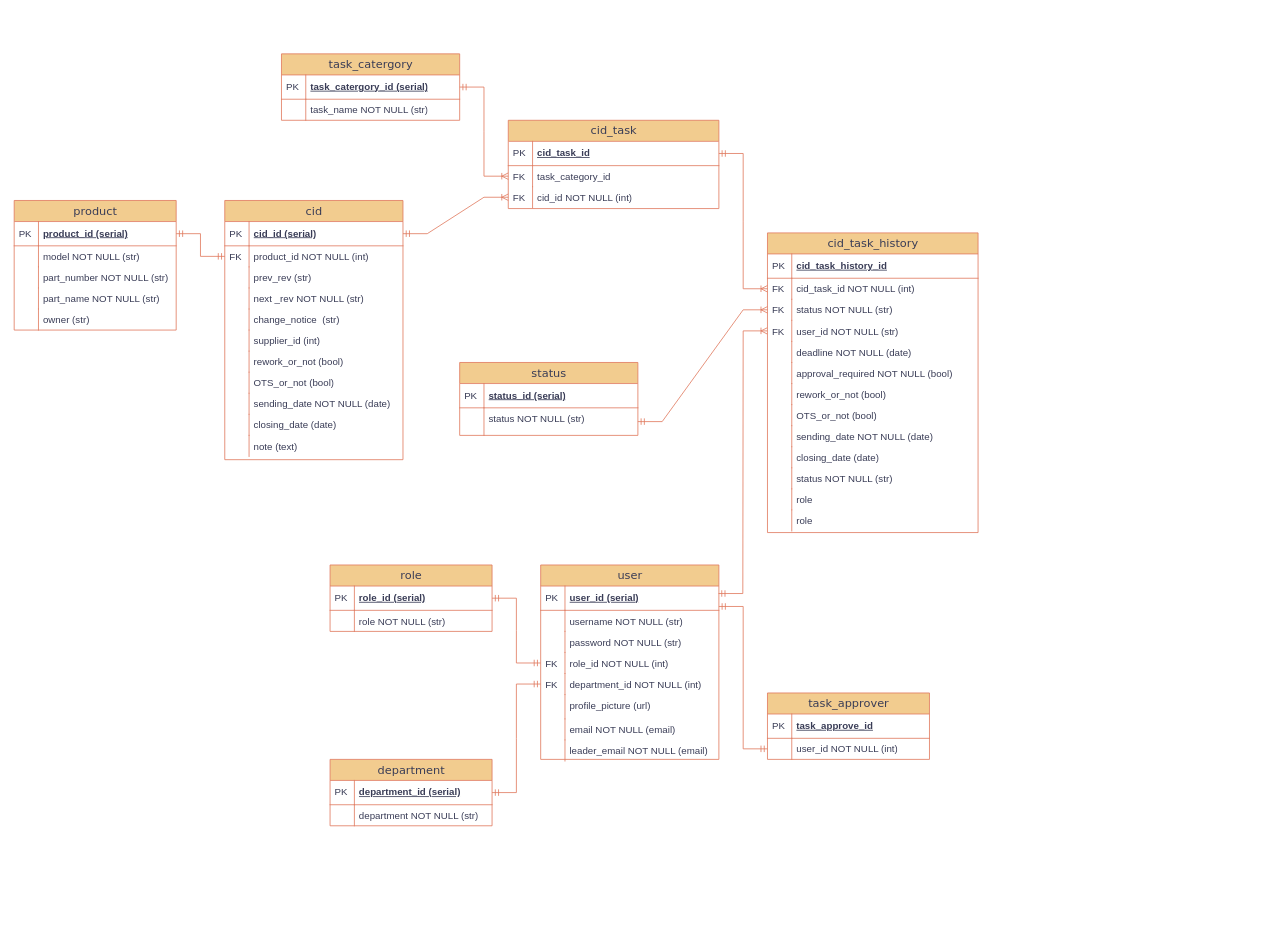
HieuBuiCong/ResumeHieuBC keeps this draw.io diagram as Untitled Diagram.drawio. Above is the earlier version. Source tidied: cells renumbered, new cells numbered last; positions are measured from the earlier drawing's top-left corner, leaving out a move shared by most shapes. Both pictures are drawn from the tidied source at 81%, with x=0, y=0 at pixel (14, 53).
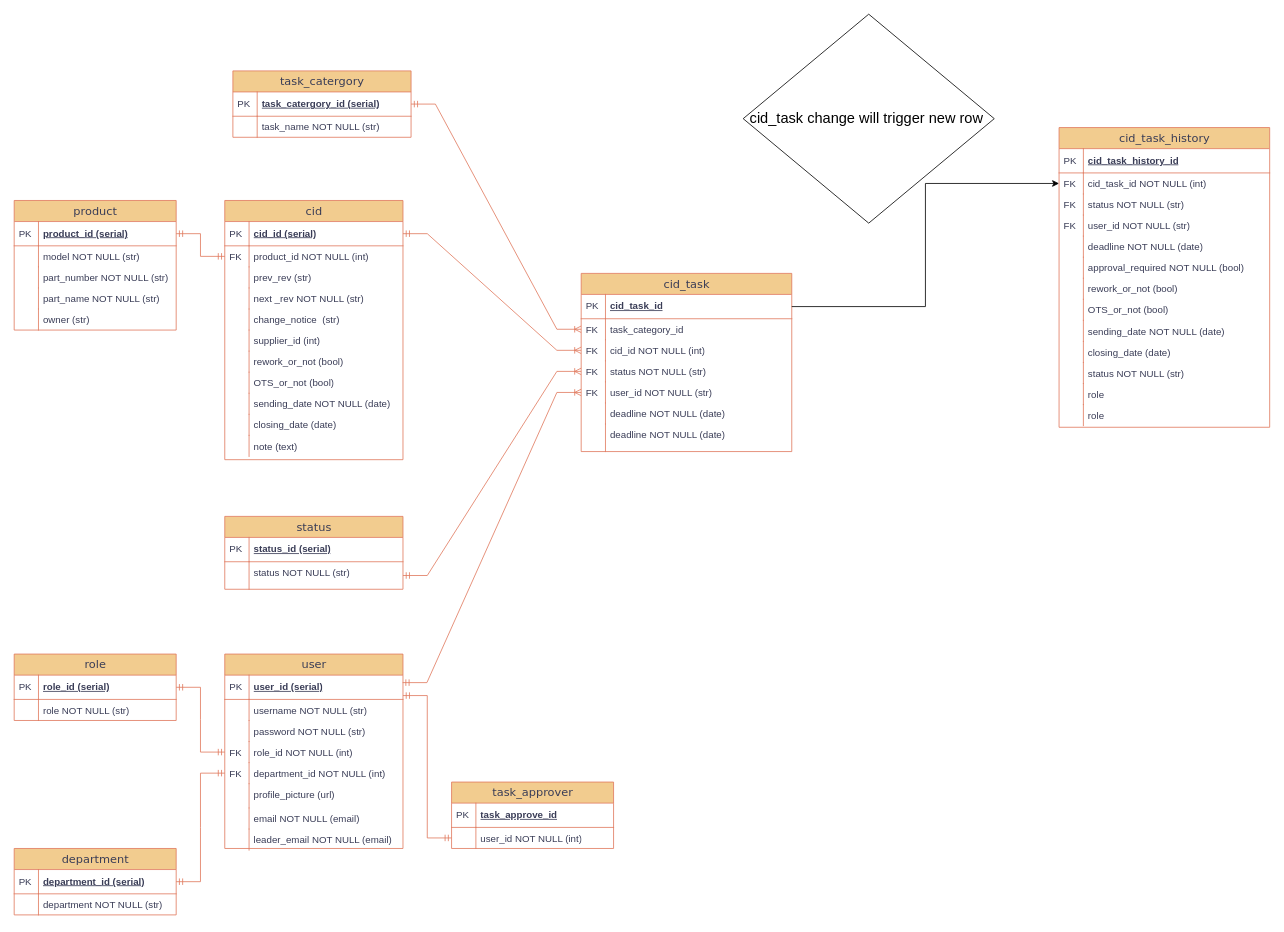
After the change.

Unchanged cells that the change refers to:
```xml
<mxCell id="3" value="user_id (serial)" style="shape=partialRectangle;top=0;left=0;right=0;bottom=1;html=1;align=left;verticalAlign=middle;fillColor=none;spacingLeft=34;spacingRight=4;whiteSpace=wrap;overflow=hidden;points=[[0,0.5],[1,0.5]];portConstraint=eastwest;fontStyle=5;strokeColor=#E07A5F;labelBackgroundColor=none;fontColor=#393C56;" parent="2" vertex="1">
  <mxGeometry y="26" width="220" height="30" as="geometry" />
</mxCell>
<mxCell id="9" value="role_id NOT NULL (int)" style="shape=partialRectangle;top=0;left=0;right=0;bottom=0;html=1;align=left;verticalAlign=top;fillColor=none;spacingLeft=34;spacingRight=4;whiteSpace=wrap;overflow=hidden;points=[[0,0.5],[1,0.5]];portConstraint=eastwest;labelBackgroundColor=none;strokeColor=#E07A5F;fontColor=#393C56;" parent="2" vertex="1">
  <mxGeometry y="108" width="220" height="26" as="geometry" />
</mxCell>
<mxCell id="11" value="department_id NOT NULL (int)&lt;br&gt;&lt;div&gt;&lt;br&gt;&lt;/div&gt;" style="shape=partialRectangle;top=0;left=0;right=0;bottom=0;html=1;align=left;verticalAlign=top;fillColor=none;spacingLeft=34;spacingRight=4;whiteSpace=wrap;overflow=hidden;points=[[0,0.5],[1,0.5]];portConstraint=eastwest;labelBackgroundColor=none;strokeColor=#E07A5F;fontColor=#393C56;" parent="2" vertex="1">
  <mxGeometry y="134" width="220" height="26" as="geometry" />
</mxCell>
<mxCell id="41" value="department_id (serial)" style="shape=partialRectangle;top=0;left=0;right=0;bottom=1;html=1;align=left;verticalAlign=middle;fillColor=none;spacingLeft=34;spacingRight=4;whiteSpace=wrap;overflow=hidden;points=[[0,0.5],[1,0.5]];portConstraint=eastwest;fontStyle=5;labelBackgroundColor=none;strokeColor=#E07A5F;fontColor=#393C56;" parent="40" vertex="1">
  <mxGeometry y="26" width="200" height="30" as="geometry" />
</mxCell>
<mxCell id="47" value="role_id (serial)" style="shape=partialRectangle;top=0;left=0;right=0;bottom=1;html=1;align=left;verticalAlign=middle;fillColor=none;spacingLeft=34;spacingRight=4;whiteSpace=wrap;overflow=hidden;points=[[0,0.5],[1,0.5]];portConstraint=eastwest;fontStyle=5;labelBackgroundColor=none;strokeColor=#E07A5F;fontColor=#393C56;" parent="46" vertex="1">
  <mxGeometry y="26" width="200" height="30" as="geometry" />
</mxCell>
<mxCell id="69" value="cid_task_id" style="shape=partialRectangle;top=0;left=0;right=0;bottom=1;html=1;align=left;verticalAlign=middle;fillColor=none;spacingLeft=34;spacingRight=4;whiteSpace=wrap;overflow=hidden;points=[[0,0.5],[1,0.5]];portConstraint=eastwest;fontStyle=5;labelBackgroundColor=none;strokeColor=#E07A5F;fontColor=#393C56;" parent="68" vertex="1">
  <mxGeometry y="26" width="260" height="30" as="geometry" />
</mxCell>
<mxCell id="84" value="user_id NOT NULL (int)" style="shape=partialRectangle;top=0;left=0;right=0;bottom=0;html=1;align=left;verticalAlign=top;fillColor=none;spacingLeft=34;spacingRight=4;whiteSpace=wrap;overflow=hidden;points=[[0,0.5],[1,0.5]];portConstraint=eastwest;labelBackgroundColor=none;strokeColor=#E07A5F;fontColor=#393C56;" parent="81" vertex="1">
  <mxGeometry y="56" width="200" height="26" as="geometry" />
</mxCell>
<mxCell id="90" value="cid_task_id NOT NULL (int)" style="shape=partialRectangle;top=0;left=0;right=0;bottom=0;html=1;align=left;verticalAlign=top;fillColor=none;spacingLeft=34;spacingRight=4;whiteSpace=wrap;overflow=hidden;points=[[0,0.5],[1,0.5]];portConstraint=eastwest;labelBackgroundColor=none;strokeColor=#E07A5F;fontColor=#393C56;" parent="87" vertex="1">
  <mxGeometry y="56" width="260" height="26" as="geometry" />
</mxCell>
<mxCell id="92" value="status NOT NULL (str)" style="shape=partialRectangle;top=0;left=0;right=0;bottom=0;html=1;align=left;verticalAlign=top;fillColor=none;spacingLeft=34;spacingRight=4;whiteSpace=wrap;overflow=hidden;points=[[0,0.5],[1,0.5]];portConstraint=eastwest;labelBackgroundColor=none;strokeColor=#E07A5F;fontColor=#393C56;" parent="87" vertex="1">
  <mxGeometry y="82" width="260" height="26" as="geometry" />
</mxCell>
<mxCell id="94" value="user_id NOT NULL (str)" style="shape=partialRectangle;top=0;left=0;right=0;bottom=0;html=1;align=left;verticalAlign=top;fillColor=none;spacingLeft=34;spacingRight=4;whiteSpace=wrap;overflow=hidden;points=[[0,0.5],[1,0.5]];portConstraint=eastwest;labelBackgroundColor=none;strokeColor=#E07A5F;fontColor=#393C56;" parent="87" vertex="1">
  <mxGeometry y="108" width="260" height="26" as="geometry" />
</mxCell>
<mxCell id="118" value="status NOT NULL (str)" style="shape=partialRectangle;top=0;left=0;right=0;bottom=0;html=1;align=left;verticalAlign=top;fillColor=none;spacingLeft=34;spacingRight=4;whiteSpace=wrap;overflow=hidden;points=[[0,0.5],[1,0.5]];portConstraint=eastwest;labelBackgroundColor=none;strokeColor=#E07A5F;fontColor=#393C56;" parent="115" vertex="1">
  <mxGeometry y="56" width="220" height="34" as="geometry" />
</mxCell>
```

The edit, as a diff of the source:
```diff
@@
     <mxCell id="2" value="user" style="swimlane;html=1;fontStyle=0;horizontal=1;startSize=26;fillColor=#F2CC8F;swimlaneFillColor=#ffffff;align=center;rounded=0;shadow=0;comic=0;labelBackgroundColor=none;strokeWidth=1;fontFamily=Verdana;fontSize=14;strokeColor=#E07A5F;fontColor=#393C56;" parent="1" vertex="1">
-      <mxGeometry x="650" y="631" width="220" height="240" as="geometry" />
+      <mxGeometry x="260" y="741" width="220" height="240" as="geometry" />
     </mxCell>
@@
     <mxCell id="40" value="department" style="swimlane;html=1;fontStyle=0;horizontal=1;startSize=26;fillColor=#F2CC8F;swimlaneFillColor=#ffffff;align=center;rounded=0;shadow=0;comic=0;labelBackgroundColor=none;strokeWidth=1;fontFamily=Verdana;fontSize=14;strokeColor=#E07A5F;fontColor=#393C56;" parent="1" vertex="1">
-      <mxGeometry x="390" y="871" width="200" height="82" as="geometry" />
+      <mxGeometry y="981" width="200" height="82" as="geometry" />
     </mxCell>
@@
     <mxCell id="45" style="edgeStyle=entityRelationEdgeStyle;fontSize=12;html=1;endArrow=ERmandOne;startArrow=ERmandOne;rounded=0;entryX=0;entryY=0.5;entryDx=0;entryDy=0;exitX=1;exitY=0.5;exitDx=0;exitDy=0;labelBackgroundColor=none;strokeColor=#E07A5F;fontColor=default;" parent="1" edge="1" source="41" target="11">
       <mxGeometry relative="1" as="geometry">
         <Array as="points">
-          <mxPoint x="632" y="854" />
+          <mxPoint x="242" y="964" />
         </Array>
       </mxGeometry>
     </mxCell>
     <mxCell id="46" value="role" style="swimlane;html=1;fontStyle=0;horizontal=1;startSize=26;fillColor=#F2CC8F;swimlaneFillColor=#ffffff;align=center;rounded=0;shadow=0;comic=0;labelBackgroundColor=none;strokeWidth=1;fontFamily=Verdana;fontSize=14;strokeColor=#E07A5F;fontColor=#393C56;" parent="1" vertex="1">
-      <mxGeometry x="390" y="631" width="200" height="82" as="geometry" />
+      <mxGeometry y="741" width="200" height="82" as="geometry" />
     </mxCell>
@@
     <mxCell id="51" style="edgeStyle=entityRelationEdgeStyle;fontSize=12;html=1;endArrow=ERmandOne;startArrow=ERmandOne;rounded=0;entryX=0;entryY=0.5;entryDx=0;entryDy=0;exitX=1;exitY=0.5;exitDx=0;exitDy=0;labelBackgroundColor=none;strokeColor=#E07A5F;fontColor=default;" parent="1" edge="1" source="47" target="9">
       <mxGeometry relative="1" as="geometry">
         <Array as="points">
-          <mxPoint x="642" y="864" />
+          <mxPoint x="252" y="974" />
         </Array>
       </mxGeometry>
     </mxCell>
@@
     <mxCell id="63" value="task_catergory" style="swimlane;html=1;fontStyle=0;horizontal=1;startSize=26;fillColor=#F2CC8F;swimlaneFillColor=#ffffff;align=center;rounded=0;shadow=0;comic=0;labelBackgroundColor=none;strokeWidth=1;fontFamily=Verdana;fontSize=14;strokeColor=#E07A5F;fontColor=#393C56;" parent="1" vertex="1">
-      <mxGeometry x="330" width="220" height="82" as="geometry" />
+      <mxGeometry x="270" y="21" width="220" height="82" as="geometry" />
     </mxCell>
@@
     <mxCell id="68" value="cid_task" style="swimlane;html=1;fontStyle=0;horizontal=1;startSize=26;fillColor=#F2CC8F;swimlaneFillColor=#ffffff;align=center;rounded=0;shadow=0;comic=0;labelBackgroundColor=none;strokeWidth=1;fontFamily=Verdana;fontSize=14;strokeColor=#E07A5F;fontColor=#393C56;" parent="1" vertex="1">
-      <mxGeometry x="610" y="82" width="260" height="109" as="geometry" />
+      <mxGeometry x="700" y="271" width="260" height="220" as="geometry" />
     </mxCell>
@@
+    <mxCell id="121" value="status NOT NULL (str)" style="shape=partialRectangle;top=0;left=0;right=0;bottom=0;html=1;align=left;verticalAlign=top;fillColor=none;spacingLeft=34;spacingRight=4;whiteSpace=wrap;overflow=hidden;points=[[0,0.5],[1,0.5]];portConstraint=eastwest;labelBackgroundColor=none;strokeColor=#E07A5F;fontColor=#393C56;" parent="68" vertex="1">
+      <mxGeometry y="108" width="260" height="26" as="geometry" />
+    </mxCell>
+    <mxCell id="122" value="FK" style="shape=partialRectangle;top=0;left=0;bottom=0;html=1;fillColor=none;align=left;verticalAlign=top;spacingLeft=4;spacingRight=4;whiteSpace=wrap;overflow=hidden;labelBackgroundColor=none;strokeColor=#E07A5F;fontColor=#393C56;" parent="121" vertex="1">
+      <mxGeometry width="30" height="26" as="geometry" />
+    </mxCell>
+    <mxCell id="123" value="user_id NOT NULL (str)" style="shape=partialRectangle;top=0;left=0;right=0;bottom=0;html=1;align=left;verticalAlign=top;fillColor=none;spacingLeft=34;spacingRight=4;whiteSpace=wrap;overflow=hidden;points=[[0,0.5],[1,0.5]];portConstraint=eastwest;labelBackgroundColor=none;strokeColor=#E07A5F;fontColor=#393C56;" parent="68" vertex="1">
+      <mxGeometry y="134" width="260" height="26" as="geometry" />
+    </mxCell>
+    <mxCell id="124" value="FK" style="shape=partialRectangle;top=0;left=0;bottom=0;html=1;fillColor=none;align=left;verticalAlign=top;spacingLeft=4;spacingRight=4;whiteSpace=wrap;overflow=hidden;labelBackgroundColor=none;strokeColor=#E07A5F;fontColor=#393C56;" parent="123" vertex="1">
+      <mxGeometry width="30" height="26" as="geometry" />
+    </mxCell>
+    <mxCell id="125" value="deadline NOT NULL (date)" style="shape=partialRectangle;top=0;left=0;right=0;bottom=0;html=1;align=left;verticalAlign=top;fillColor=none;spacingLeft=34;spacingRight=4;whiteSpace=wrap;overflow=hidden;labelBackgroundColor=none;strokeColor=#E07A5F;fontColor=#393C56;" parent="68" vertex="1">
+      <mxGeometry y="160" width="260" height="26" as="geometry" />
+    </mxCell>
+    <mxCell id="126" style="shape=partialRectangle;top=0;left=0;bottom=0;html=1;fillColor=none;align=left;verticalAlign=top;spacingLeft=4;spacingRight=4;whiteSpace=wrap;overflow=hidden;labelBackgroundColor=none;strokeColor=#E07A5F;fontColor=#393C56;" parent="125" vertex="1">
+      <mxGeometry width="30" height="26" as="geometry" />
+    </mxCell>
+    <mxCell id="127" value="deadline NOT NULL (date)" style="shape=partialRectangle;top=0;left=0;right=0;bottom=0;html=1;align=left;verticalAlign=top;fillColor=none;spacingLeft=34;spacingRight=4;whiteSpace=wrap;overflow=hidden;labelBackgroundColor=none;strokeColor=#E07A5F;fontColor=#393C56;" parent="68" vertex="1">
+      <mxGeometry y="186" width="260" height="34" as="geometry" />
+    </mxCell>
+    <mxCell id="128" style="shape=partialRectangle;top=0;left=0;bottom=0;html=1;fillColor=none;align=left;verticalAlign=top;spacingLeft=4;spacingRight=4;whiteSpace=wrap;overflow=hidden;labelBackgroundColor=none;strokeColor=#E07A5F;fontColor=#393C56;" parent="127" vertex="1">
+      <mxGeometry width="30" height="34" as="geometry" />
+    </mxCell>
@@
-    <mxCell id="77" style="edgeStyle=entityRelationEdgeStyle;fontSize=12;html=1;endArrow=ERoneToMany;startArrow=ERmandOne;rounded=0;strokeColor=#E07A5F;fontColor=#393C56;fillColor=#F2CC8F;exitX=0.998;exitY=0.308;exitDx=0;exitDy=0;entryX=0;entryY=0.5;entryDx=0;entryDy=0;exitPerimeter=0;" parent="1" edge="1" source="3" target="94">
+    <mxCell id="77" style="edgeStyle=entityRelationEdgeStyle;fontSize=12;html=1;endArrow=ERoneToMany;startArrow=ERmandOne;rounded=0;strokeColor=#E07A5F;fontColor=#393C56;fillColor=#F2CC8F;exitX=0.998;exitY=0.308;exitDx=0;exitDy=0;exitPerimeter=0;entryX=0;entryY=0.5;entryDx=0;entryDy=0;" parent="1" edge="1" source="3" target="123">
       <mxGeometry relative="1" as="geometry">
         <Array as="points">
-          <mxPoint x="440" y="620" />
+          <mxPoint x="50" y="730" />
         </Array>
       </mxGeometry>
     </mxCell>
@@
     <mxCell id="79" value="leader_email NOT NULL (email)" style="shape=partialRectangle;top=0;left=0;right=0;bottom=0;html=1;align=left;verticalAlign=top;fillColor=none;spacingLeft=34;spacingRight=4;whiteSpace=wrap;overflow=hidden;labelBackgroundColor=none;strokeColor=#E07A5F;fontColor=#393C56;" parent="1" vertex="1">
-      <mxGeometry x="650" y="847" width="220" height="26" as="geometry" />
+      <mxGeometry x="260" y="957" width="220" height="26" as="geometry" />
     </mxCell>
@@
     <mxCell id="81" value="task_approver" style="swimlane;html=1;fontStyle=0;horizontal=1;startSize=26;fillColor=#F2CC8F;swimlaneFillColor=#ffffff;align=center;rounded=0;shadow=0;comic=0;labelBackgroundColor=none;strokeWidth=1;fontFamily=Verdana;fontSize=14;strokeColor=#E07A5F;fontColor=#393C56;" parent="1" vertex="1">
-      <mxGeometry x="930" y="789" width="200" height="82" as="geometry" />
+      <mxGeometry x="540" y="899" width="200" height="82" as="geometry" />
     </mxCell>
@@
     <mxCell id="86" style="edgeStyle=entityRelationEdgeStyle;fontSize=12;html=1;endArrow=ERmandOne;startArrow=ERmandOne;rounded=0;entryX=1;entryY=0.841;entryDx=0;entryDy=0;exitX=0;exitY=0.5;exitDx=0;exitDy=0;labelBackgroundColor=none;strokeColor=#E07A5F;fontColor=default;entryPerimeter=0;" parent="1" edge="1" source="84" target="3">
       <mxGeometry relative="1" as="geometry">
         <Array as="points">
-          <mxPoint x="652" y="874" />
-          <mxPoint x="590" y="671" />
+          <mxPoint x="262" y="984" />
+          <mxPoint x="200" y="781" />
         </Array>
       </mxGeometry>
     </mxCell>
     <mxCell id="87" value="cid_task_history" style="swimlane;html=1;fontStyle=0;horizontal=1;startSize=26;fillColor=#F2CC8F;swimlaneFillColor=#ffffff;align=center;rounded=0;shadow=0;comic=0;labelBackgroundColor=none;strokeWidth=1;fontFamily=Verdana;fontSize=14;strokeColor=#E07A5F;fontColor=#393C56;" parent="1" vertex="1">
-      <mxGeometry x="930" y="221" width="260" height="370" as="geometry" />
+      <mxGeometry x="1290" y="91" width="260" height="370" as="geometry" />
     </mxCell>
@@
-    <mxCell id="114" style="edgeStyle=entityRelationEdgeStyle;fontSize=12;html=1;endArrow=ERoneToMany;startArrow=ERmandOne;rounded=0;strokeColor=#E07A5F;fontColor=#393C56;fillColor=#F2CC8F;exitX=1;exitY=0.5;exitDx=0;exitDy=0;entryX=0;entryY=0.5;entryDx=0;entryDy=0;" parent="1" edge="1" source="69" target="90">
-      <mxGeometry relative="1" as="geometry">
-        <Array as="points">
-          <mxPoint x="800" y="110" />
-        </Array>
-      </mxGeometry>
-    </mxCell>
     <mxCell id="115" value="status" style="swimlane;html=1;fontStyle=0;horizontal=1;startSize=26;fillColor=#F2CC8F;swimlaneFillColor=#ffffff;align=center;rounded=0;shadow=0;comic=0;labelBackgroundColor=none;strokeWidth=1;fontFamily=Verdana;fontSize=14;strokeColor=#E07A5F;fontColor=#393C56;" parent="1" vertex="1">
-      <mxGeometry x="550" y="381" width="220" height="90" as="geometry" />
+      <mxGeometry x="260" y="571" width="220" height="90" as="geometry" />
     </mxCell>
@@
-    <mxCell id="120" style="edgeStyle=entityRelationEdgeStyle;fontSize=12;html=1;endArrow=ERoneToMany;startArrow=ERmandOne;rounded=0;strokeColor=#E07A5F;fontColor=#393C56;fillColor=#F2CC8F;exitX=1;exitY=0.5;exitDx=0;exitDy=0;entryX=0;entryY=0.5;entryDx=0;entryDy=0;" parent="1" edge="1" source="118" target="92">
+    <mxCell id="120" style="edgeStyle=entityRelationEdgeStyle;fontSize=12;html=1;endArrow=ERoneToMany;startArrow=ERmandOne;rounded=0;strokeColor=#E07A5F;fontColor=#393C56;fillColor=#F2CC8F;exitX=1;exitY=0.5;exitDx=0;exitDy=0;entryX=0;entryY=0.5;entryDx=0;entryDy=0;" parent="1" edge="1" source="118" target="121">
       <mxGeometry relative="1" as="geometry">
         <Array as="points">
-          <mxPoint x="810" y="120" />
+          <mxPoint x="520" y="310" />
         </Array>
       </mxGeometry>
     </mxCell>
+    <mxCell id="129" value="&lt;font style=&quot;font-size: 18px;&quot;&gt;cid_task change will trigger new row&amp;nbsp;&lt;/font&gt;" style="rhombus;whiteSpace=wrap;html=1;" parent="1" vertex="1">
+      <mxGeometry x="900" y="-49" width="310" height="258" as="geometry" />
+    </mxCell>
+    <mxCell id="114" style="edgeStyle=orthogonalEdgeStyle;rounded=0;jettySize=auto;html=1;exitX=1;exitY=0.5;exitDx=0;exitDy=0;entryX=0;entryY=0.5;entryDx=0;entryDy=0;" parent="1" edge="1" source="69" target="90">
+      <mxGeometry relative="1" as="geometry" />
+    </mxCell>
```
